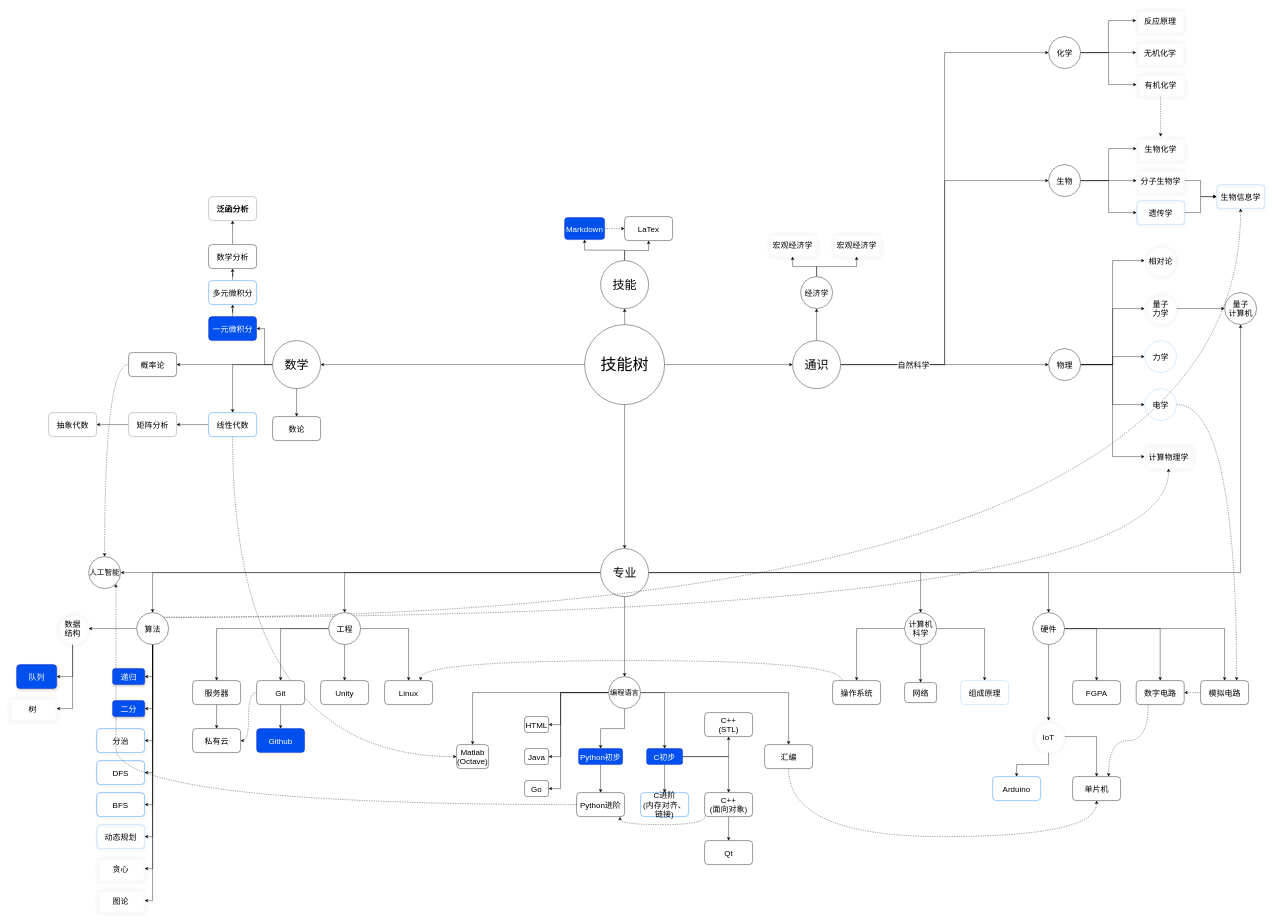
Before: map.drawio in JohnLulzh2002/My-notes, a draw.io diagram. Source tidied: cells renumbered, new cells numbered last; positions are measured from the earlier drawing's top-left corner, leaving out a move shared by most shapes. Both pictures are drawn from the tidied source at 40%, with x=0, y=0 at pixel (8, 8).
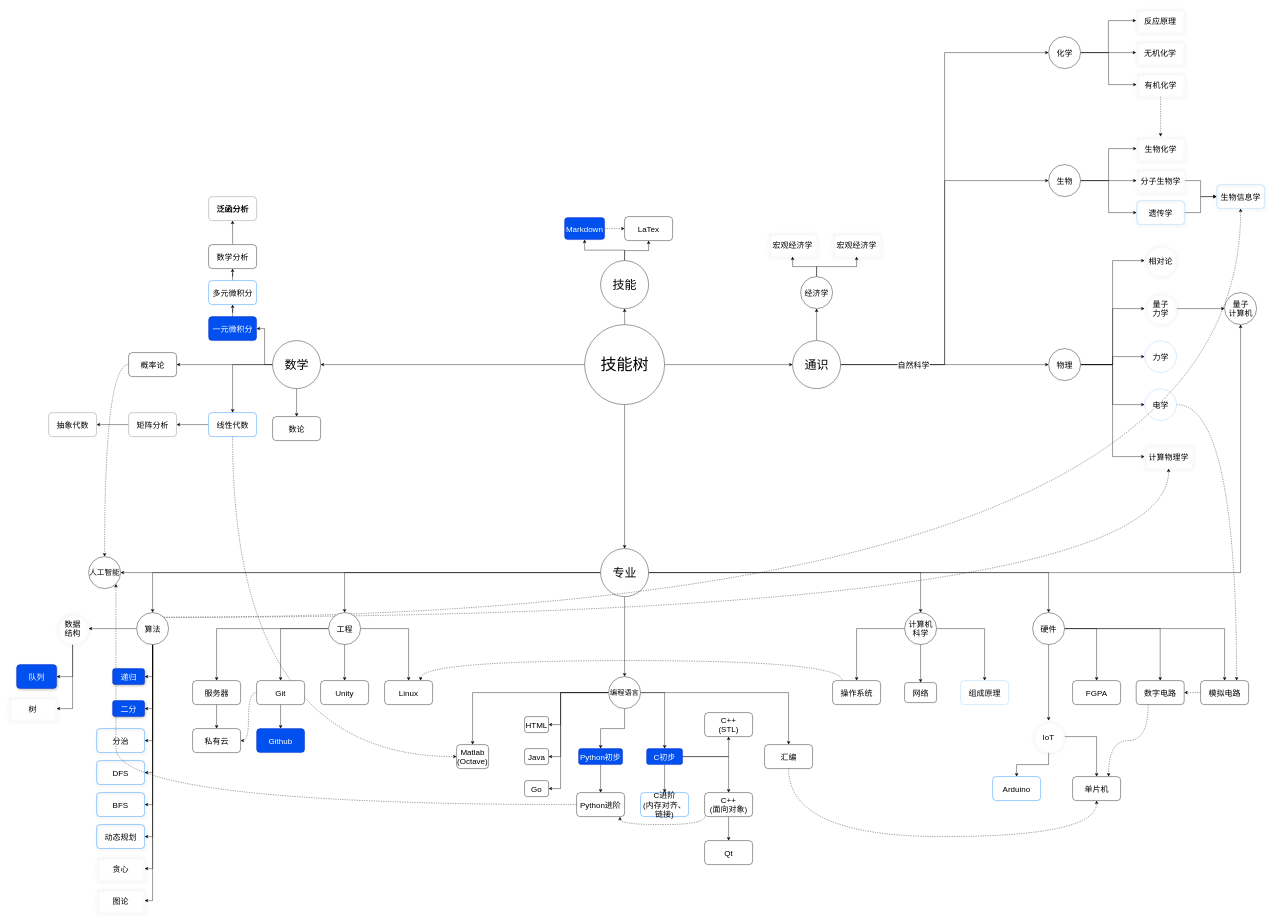
The same page after the edit.

Diff of the diagram source:
```diff
@@
-    <mxCell id="135" value="动态规划" style="rounded=1;whiteSpace=wrap;html=1;shadow=1;glass=0;fillColor=none;gradientColor=none;fontSize=20;strokeColor=#99CCFF;" parent="1" vertex="1">
+    <mxCell id="135" value="动态规划" style="rounded=1;whiteSpace=wrap;html=1;shadow=1;glass=0;fillColor=none;gradientColor=none;fontSize=20;strokeColor=#007FFF;" parent="1" vertex="1">
       <mxGeometry x="220" y="2040" width="120" height="60" as="geometry" />
     </mxCell>
```
